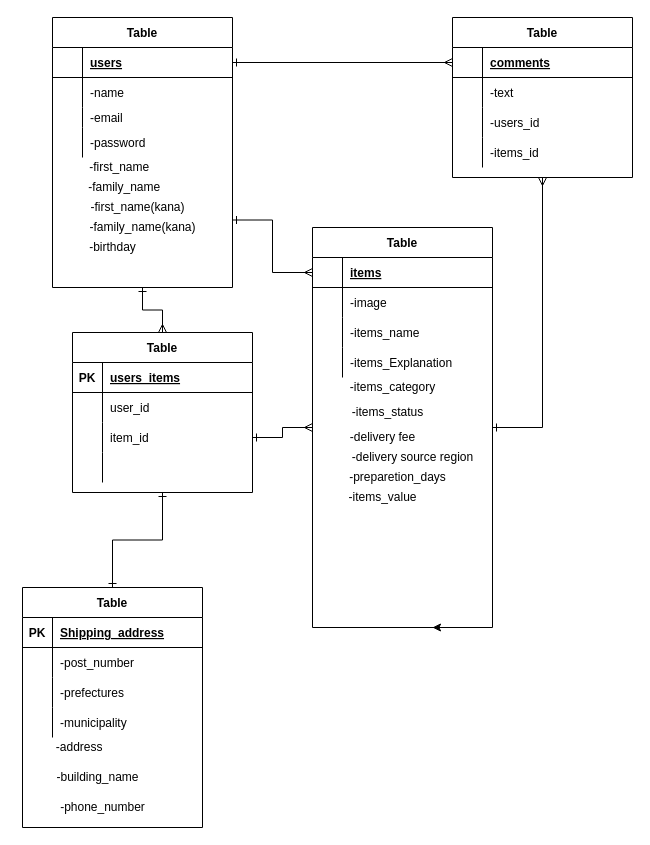
takehiko0325/furima-31801 keeps this draw.io diagram as furima.dio. Above is the earlier version. Source tidied: cells renumbered, new cells numbered last; positions are measured from the earlier drawing's top-left corner, leaving out a move shared by most shapes. Both pictures are drawn from the tidied source at 100%, with x=0, y=0 at pixel (17, 17).
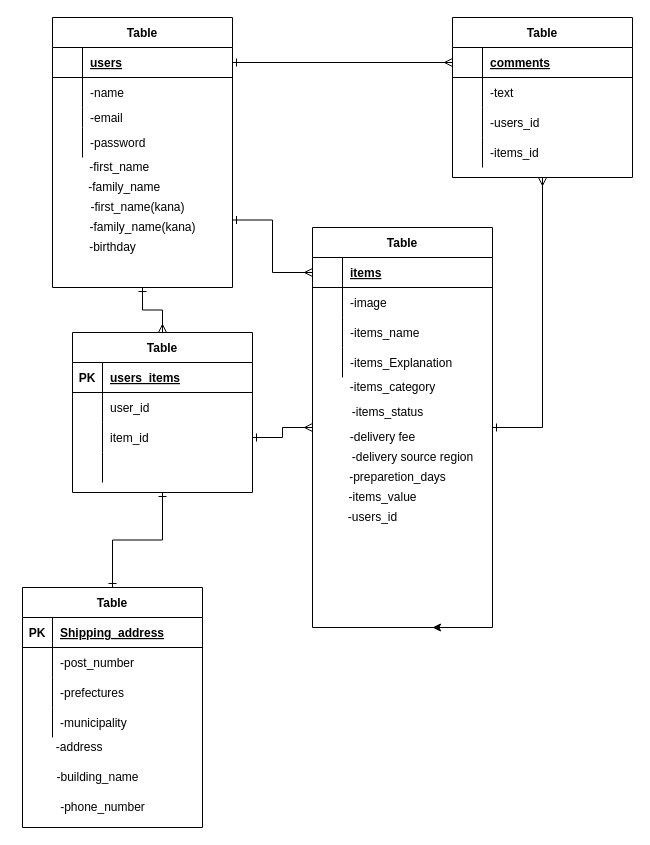
The same page after the edit.

Commit message (it also covers changes not shown here):
データベース設計

The edit, as a diff of the source:
```diff
@@
+    <mxCell id="88" value="-users_id" style="text;html=1;align=center;verticalAlign=middle;" parent="1" vertex="1">
+      <mxGeometry x="325" y="490" width="60" height="20" as="geometry" />
+    </mxCell>
```
